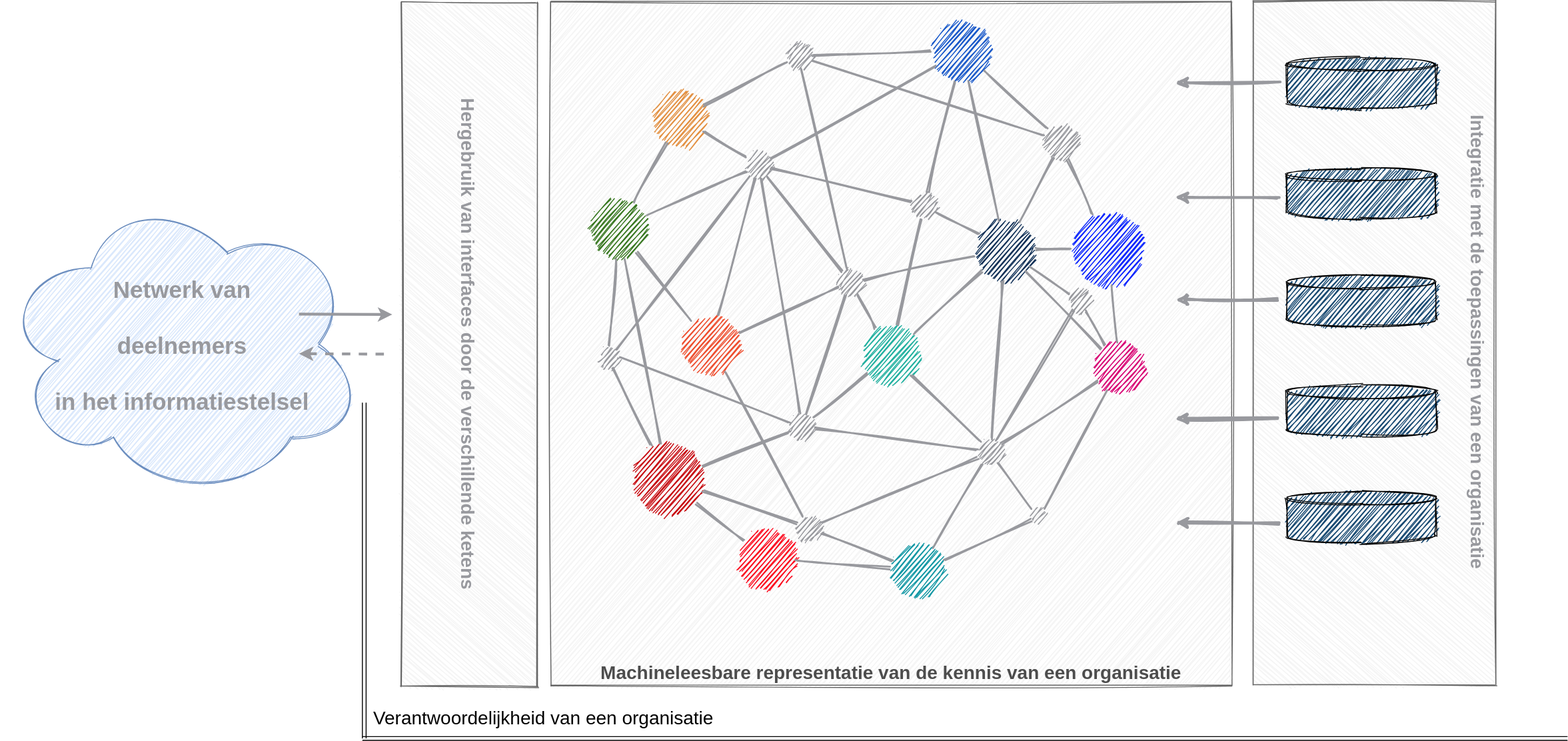
dizra/docs keeps this draw.io diagram as .gitbook/assets/motivation/datastation.svg. Above is the earlier version. Source tidied: cells renumbered, new cells last; positions are measured from the earlier drawing's top-left corner, leaving out a move shared by most shapes.
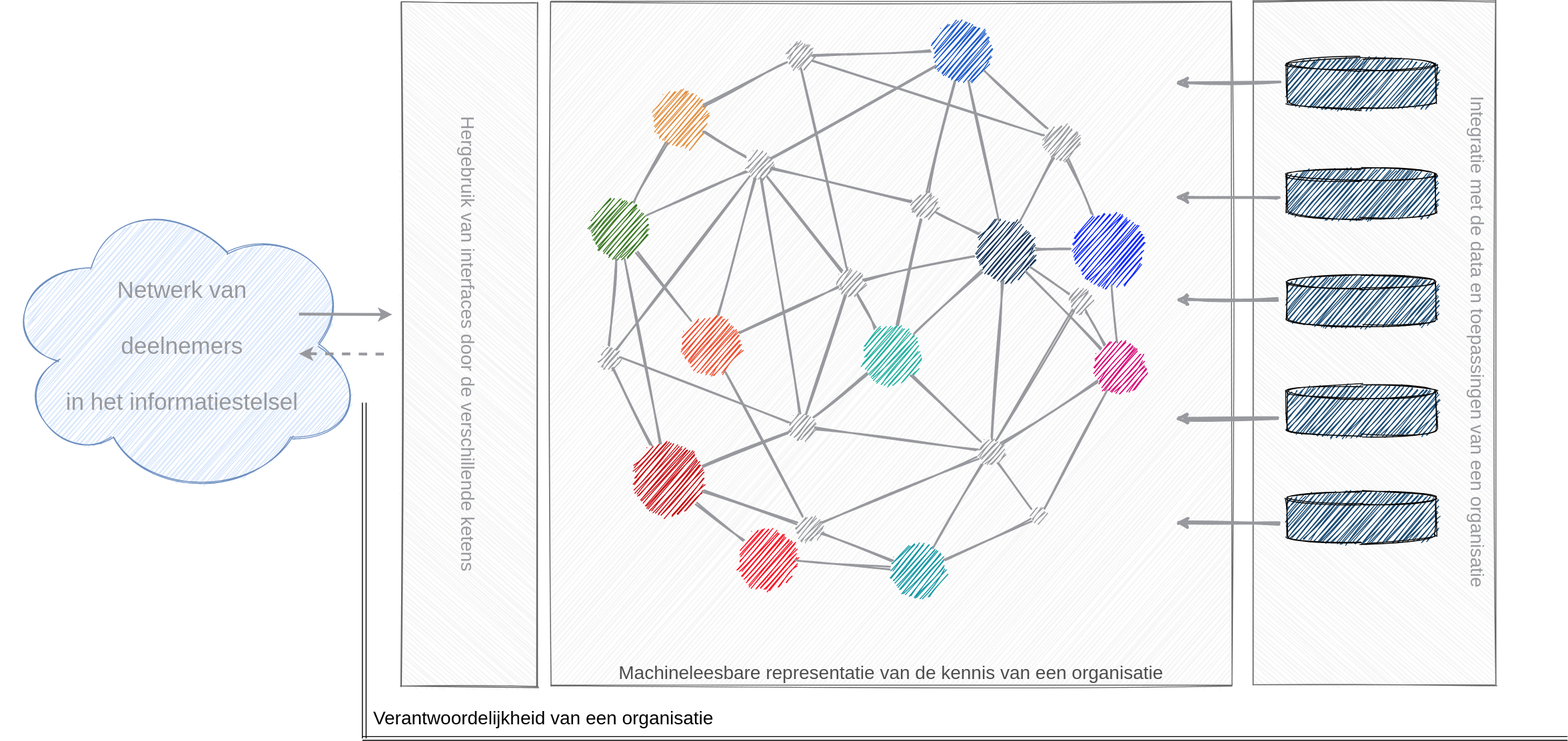
Later version of the same file.

What changed in the source:
```diff
@@ -2,10 +2,10 @@
   <root>
     <mxCell id="0" />
     <mxCell id="1" parent="0" />
-    <mxCell id="2" value="Netwerk van&lt;br&gt;&amp;nbsp;&amp;nbsp;&lt;br&gt;deelnemers&lt;br&gt;&amp;nbsp;&amp;nbsp;&lt;br&gt;in het informatiestelsel" style="ellipse;shape=cloud;whiteSpace=wrap;html=1;fillColor=#dae8fc;strokeColor=#6c8ebf;verticalAlign=middle;fontSize=25;sketch=1;rotation=0;fontStyle=1;fontColor=#98999E;fontFamily=Helvetica;" parent="1" vertex="1">
+    <mxCell id="2" value="Netwerk van&lt;br&gt;&amp;nbsp;&amp;nbsp;&lt;br&gt;deelnemers&lt;br&gt;&amp;nbsp;&amp;nbsp;&lt;br&gt;in het informatiestelsel" style="ellipse;shape=cloud;whiteSpace=wrap;html=1;fillColor=#dae8fc;strokeColor=#6c8ebf;verticalAlign=middle;fontSize=25;sketch=1;rotation=0;fontStyle=0;fontColor=#98999E;fontFamily=Helvetica;" parent="1" vertex="1">
       <mxGeometry y="203" width="390" height="330" as="geometry" />
     </mxCell>
-    <mxCell id="3" value="Machineleesbare representatie van de kennis van een organisatie" style="rounded=0;whiteSpace=wrap;html=1;fillColor=#f5f5f5;strokeColor=#666666;verticalAlign=bottom;fontSize=20;fontStyle=1;sketch=1;fontFamily=Helvetica;fontColor=#4D4D4D;" parent="1" vertex="1">
+    <mxCell id="3" value="Machineleesbare representatie van de kennis van een organisatie" style="rounded=0;whiteSpace=wrap;html=1;fillColor=#f5f5f5;strokeColor=#666666;verticalAlign=bottom;fontSize=20;fontStyle=0;sketch=1;fontFamily=Helvetica;fontColor=#4D4D4D;" parent="1" vertex="1">
       <mxGeometry x="590" width="730" height="733.5" as="geometry" />
     </mxCell>
     <mxCell id="4" style="ellipse;whiteSpace=wrap;html=1;strokeColor=none;fillColor=#EE4E2F;sketch=1;" parent="1" vertex="1">
@@ -227,10 +227,10 @@
     <mxCell id="76" style="endArrow=none;html=1;strokeColor=#98999E;strokeWidth=2;sketch=1;" parent="1" edge="1" source="9" target="23">
       <mxGeometry relative="1" as="geometry" />
     </mxCell>
-    <mxCell id="77" value="Integratie met de toepassingen van een organisatie" style="rounded=0;whiteSpace=wrap;html=1;fillColor=#f5f5f5;strokeColor=#666666;rotation=90;fontSize=20;fontStyle=1;verticalAlign=top;sketch=1;fontColor=#98999E;fontFamily=Helvetica;" parent="1" vertex="1">
+    <mxCell id="77" value="Integratie met de data en toepassingen van een organisatie" style="rounded=0;whiteSpace=wrap;html=1;fillColor=#f5f5f5;strokeColor=#666666;rotation=90;fontSize=20;fontStyle=0;verticalAlign=top;sketch=1;fontColor=#98999E;fontFamily=Helvetica;" parent="1" vertex="1">
       <mxGeometry x="1106.4" y="235.6" width="733" height="260.1" as="geometry" />
     </mxCell>
-    <mxCell id="78" value="Hergebruik van interfaces door de verschillende ketens" style="rounded=0;whiteSpace=wrap;html=1;fillColor=#f5f5f5;strokeColor=#666666;fontSize=20;rotation=90;fontStyle=1;sketch=1;fontColor=#98999E;fontFamily=Helvetica;" parent="1" vertex="1">
+    <mxCell id="78" value="Hergebruik van interfaces door de verschillende ketens" style="rounded=0;whiteSpace=wrap;html=1;fillColor=#f5f5f5;strokeColor=#666666;fontSize=20;rotation=90;fontStyle=0;sketch=1;fontColor=#98999E;fontFamily=Helvetica;" parent="1" vertex="1">
       <mxGeometry x="136.1" y="294.8" width="733.4" height="145.5" as="geometry" />
     </mxCell>
     <mxCell id="79" style="shape=cylinder3;whiteSpace=wrap;html=1;boundedLbl=1;backgroundOutline=1;size=7.285714285714292;fontSize=25;fillColor=#164871;sketch=1;" parent="1" vertex="1">
```
